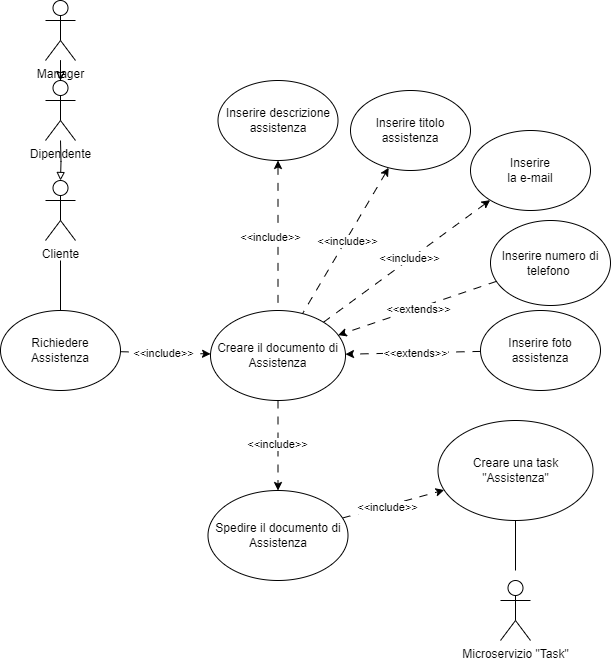
The draw.io diagram second-deliverable/images/UCD/RF7_assistenza_UCD.png in IS-FixMi/Documentation-Source, before a commit. Source tidied: cells renumbered, new cells last; positions are measured from the earlier drawing's top-left corner, leaving out a move shared by most shapes.
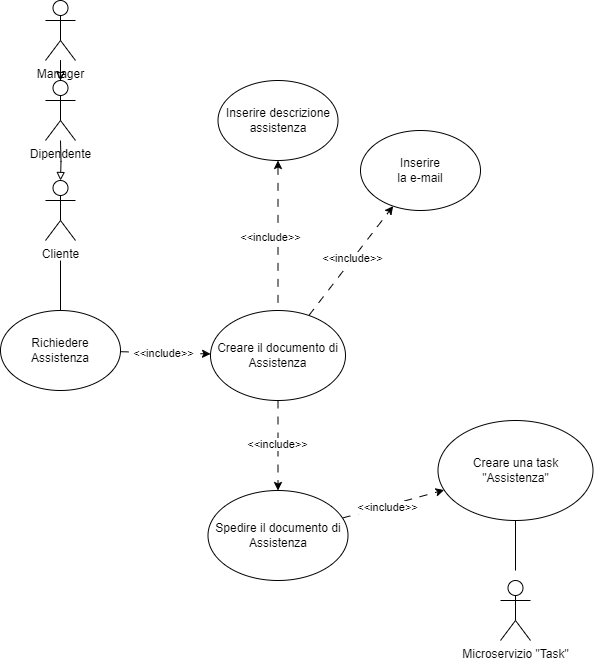
After the commit.

Commit message:
aggiunte le componenti 'assistenza','riparazione','feedback','task','gestione dipendenti' e 'email'. Modificati anche alcuni diagrammi ucd sbagliati

Diff of the diagram source:
```diff
@@ -22,7 +22,7 @@
       <mxGeometry y="310" width="120" height="80" as="geometry" />
     </mxCell>
     <mxCell id="7" value="Inserire&lt;br&gt;la e-mail" style="ellipse;whiteSpace=wrap;html=1;" parent="1" vertex="1">
-      <mxGeometry x="470" y="130" width="120" height="80" as="geometry" />
+      <mxGeometry x="360" y="130" width="120" height="80" as="geometry" />
     </mxCell>
     <mxCell id="8" style="edgeStyle=orthogonalEdgeStyle;rounded=0;jettySize=auto;html=1;dashed=1;dashPattern=8 8;" parent="1" edge="1" source="12" target="30">
       <mxGeometry relative="1" as="geometry" />
@@ -61,17 +61,6 @@
     <mxCell id="18" value="Manager" style="shape=umlActor;verticalLabelPosition=bottom;verticalAlign=top;html=1;outlineConnect=0;" parent="1" vertex="1">
       <mxGeometry x="45" width="30" height="60" as="geometry" />
     </mxCell>
-    <mxCell id="19" style="rounded=0;jettySize=auto;html=1;dashed=1;dashPattern=8 8;startArrow=classic;startFill=1;endArrow=none;endFill=0;" parent="1" edge="1" source="21" target="12">
-      <mxGeometry relative="1" as="geometry" />
-    </mxCell>
-    <mxCell id="20" value="&amp;lt;&amp;lt;include&amp;gt;&amp;gt;" style="edgeLabel;html=1;align=center;verticalAlign=middle;" parent="19" vertex="1">
-      <mxGeometry x="-0.04" y="1" relative="1" as="geometry">
-        <mxPoint x="-1" y="3" as="offset" />
-      </mxGeometry>
-    </mxCell>
-    <mxCell id="21" value="Inserire titolo assistenza" style="ellipse;whiteSpace=wrap;html=1;" parent="1" vertex="1">
-      <mxGeometry x="350" y="90" width="120" height="80" as="geometry" />
-    </mxCell>
     <mxCell id="22" style="rounded=0;jettySize=auto;html=1;dashed=1;dashPattern=8 8;startArrow=classic;startFill=1;endArrow=none;endFill=0;" parent="1" edge="1" source="24" target="12">
       <mxGeometry relative="1" as="geometry" />
     </mxCell>
@@ -83,17 +72,6 @@
     <mxCell id="24" value="Inserire descrizione assistenza" style="ellipse;whiteSpace=wrap;html=1;" parent="1" vertex="1">
       <mxGeometry x="217.5" y="80" width="120" height="80" as="geometry" />
     </mxCell>
-    <mxCell id="25" style="rounded=0;jettySize=auto;html=1;dashed=1;dashPattern=8 8;" parent="1" edge="1" source="27" target="12">
-      <mxGeometry relative="1" as="geometry" />
-    </mxCell>
-    <mxCell id="26" value="&amp;lt;&amp;lt;extends&amp;gt;&amp;gt;" style="edgeLabel;html=1;align=center;verticalAlign=middle;" parent="25" vertex="1">
-      <mxGeometry x="0.21" y="-1" relative="1" as="geometry">
-        <mxPoint x="16" y="1" as="offset" />
-      </mxGeometry>
-    </mxCell>
-    <mxCell id="27" value="Inserire foto assistenza" style="ellipse;whiteSpace=wrap;html=1;" parent="1" vertex="1">
-      <mxGeometry x="480" y="310" width="120" height="80" as="geometry" />
-    </mxCell>
     <mxCell id="28" style="rounded=0;jettySize=auto;html=1;dashed=1;dashPattern=8 8;" parent="1" edge="1" source="30" target="13">
       <mxGeometry relative="1" as="geometry" />
     </mxCell>
@@ -103,17 +81,6 @@
     <mxCell id="30" value="Spedire il documento di Assistenza" style="ellipse;whiteSpace=wrap;html=1;" parent="1" vertex="1">
       <mxGeometry x="207.5" y="490" width="140" height="90" as="geometry" />
     </mxCell>
-    <mxCell id="31" style="rounded=0;jettySize=auto;html=1;dashed=1;dashPattern=8 8;" parent="1" edge="1" source="33" target="12">
-      <mxGeometry relative="1" as="geometry" />
-    </mxCell>
-    <mxCell id="32" value="&amp;lt;&amp;lt;extends&amp;gt;&amp;gt;" style="edgeLabel;html=1;align=center;verticalAlign=middle;" parent="31" vertex="1">
-      <mxGeometry x="-0.11" y="1" relative="1" as="geometry">
-        <mxPoint x="-8" y="3" as="offset" />
-      </mxGeometry>
-    </mxCell>
-    <mxCell id="33" value="Inserire numero di telefono&amp;nbsp;" style="ellipse;whiteSpace=wrap;html=1;" parent="1" vertex="1">
-      <mxGeometry x="490" y="220" width="120" height="85" as="geometry" />
-    </mxCell>
     <mxCell id="34" style="edgeStyle=orthogonalEdgeStyle;rounded=0;jettySize=auto;html=1;endArrow=block;endFill=0;entryX=0.5;entryY=0;entryDx=0;entryDy=0;entryPerimeter=0;" parent="1" edge="1" target="2">
       <mxGeometry relative="1" as="geometry">
         <mxPoint x="60" y="140" as="sourcePoint" />
```
